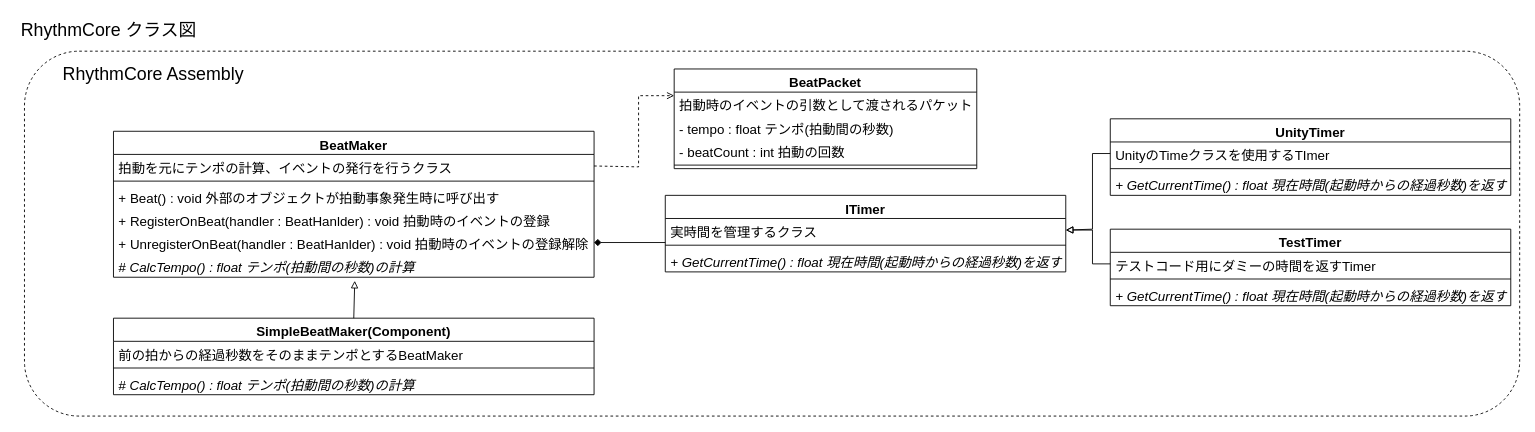
Earlier version of the draw.io diagram Designs/RhythmCore_ClassDiagram.drawio (Dumble009/RhythmCore). Source tidied: cells renumbered, new cells numbered last; positions are measured from the earlier drawing's top-left corner, leaving out a move shared by most shapes. Both pictures are drawn from the tidied source at 89%, with x=0, y=0 at pixel (15, 15).
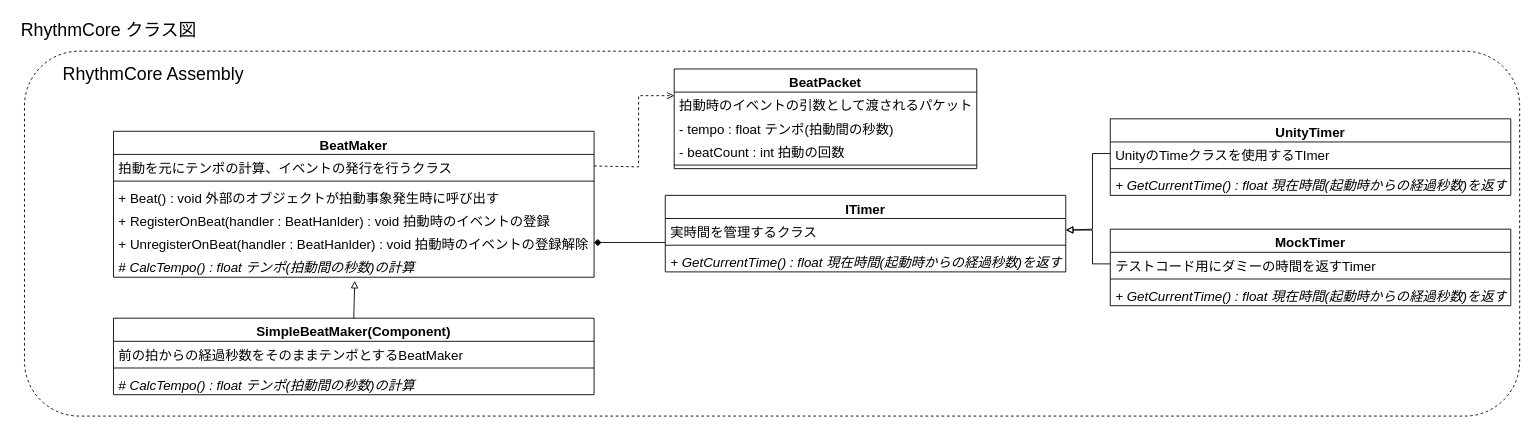
Above is the later version.

Diff of the diagram source:
```diff
@@
-    <mxCell id="33" value="TestTimer" style="swimlane;fontStyle=1;align=center;verticalAlign=top;horizontal=1;startSize=26;fontSize=15;" parent="1" vertex="1">
+    <mxCell id="33" value="MockTimer" style="swimlane;fontStyle=1;align=center;verticalAlign=top;horizontal=1;startSize=26;fontSize=15;" parent="1" vertex="1">
       <mxGeometry x="1230" y="240" width="450" height="86" as="geometry" />
     </mxCell>
```
